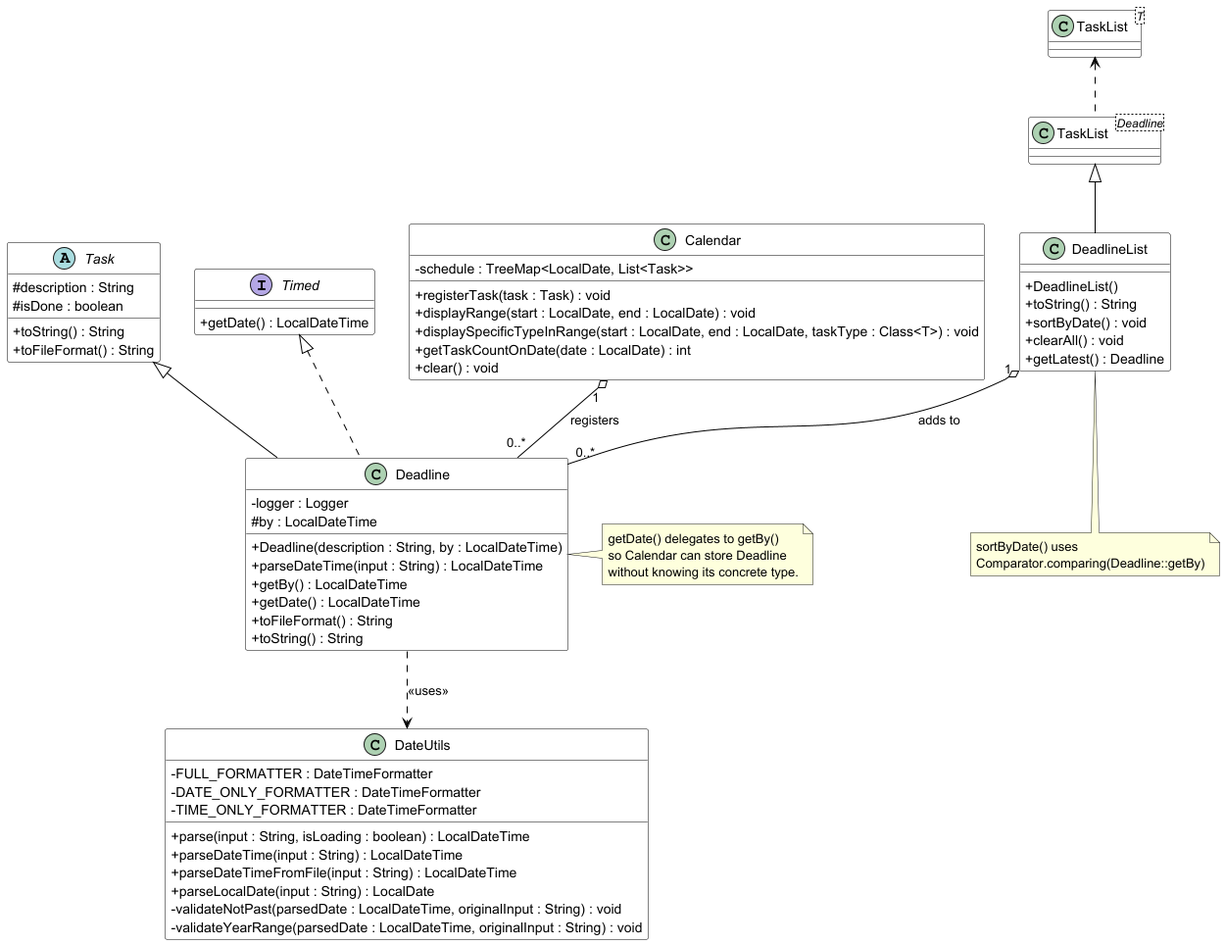
AY2526S2-CS2113-T14-3/tp keeps this PlantUML diagram as docs/pictures/deadlineClassDiagram.png. Above is the earlier version. Source of this version:
```plantuml
@startuml DeadlineClassDiagram

skinparam classAttributeIconSize 0
skinparam class {
    BackgroundColor White
    BorderColor Black
    ArrowColor Black
}

interface Timed {
    + getDate() : LocalDateTime
}

abstract class Task {
    # description : String
    # isDone : boolean
    + toString() : String
    + toFileFormat() : String
}

class Deadline {
    - logger : Logger
    # by : LocalDateTime
    + Deadline(description : String, by : LocalDateTime)
    + parseDateTime(input : String) : LocalDateTime
    + getBy() : LocalDateTime
    + getDate() : LocalDateTime
    + toFileFormat() : String
    + toString() : String
}

class DeadlineList {
    + DeadlineList()
    + toString() : String
    + sortByDate() : void
    + clearAll() : void
    + getLatest() : Deadline
}

class "TaskList<T>" as TaskListT {
}

class "TaskList<Deadline>" as TaskListDeadline {
}


class DateUtils {
    - FULL_FORMATTER : DateTimeFormatter
    - DATE_ONLY_FORMATTER : DateTimeFormatter
    - TIME_ONLY_FORMATTER : DateTimeFormatter
    + parse(input : String, isLoading : boolean) : LocalDateTime
    + parseDateTime(input : String) : LocalDateTime
    + parseDateTimeFromFile(input : String) : LocalDateTime
    + parseLocalDate(input : String) : LocalDate
    - validateNotPast(parsedDate : LocalDateTime, originalInput : String) : void
    - validateYearRange(parsedDate : LocalDateTime, originalInput : String) : void
}

class Calendar {
    - schedule : TreeMap<LocalDate, List<Task>>
    + registerTask(task : Task) : void
    + displayRange(start : LocalDate, end : LocalDate) : void
    + displaySpecificTypeInRange(start : LocalDate, end : LocalDate, taskType : Class<T>) : void
    + getTaskCountOnDate(date : LocalDate) : int
    + clear() : void
}

Task <|-- Deadline
Timed <|.. Deadline
TaskListT <.. TaskListDeadline
TaskListDeadline <|-- DeadlineList
DeadlineList "1" o-- "0..*" Deadline : adds to
Deadline ..> DateUtils : <<uses>>
Calendar "1" o-- "0..*" Deadline : registers

note right of Deadline
  getDate() delegates to getBy()
  so Calendar can store Deadline
  without knowing its concrete type.
end note

note bottom of DeadlineList
  sortByDate() uses
  Comparator.comparing(Deadline::getBy)
end note

@enduml
```
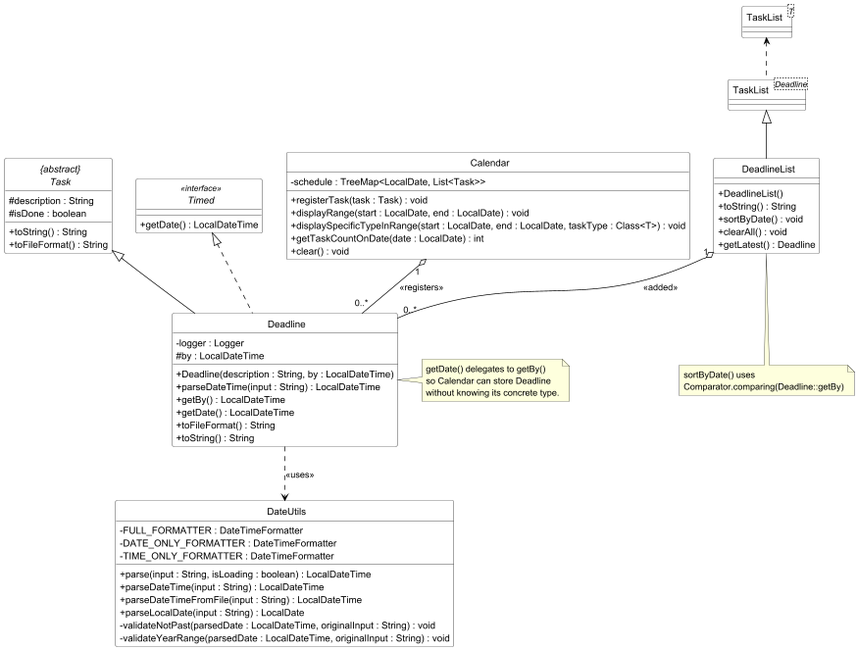
After the change.

Commit message:
Updated deadline class diagram

The edit, as a diff of the source:
```diff
@@ -1,17 +1,18 @@
 @startuml DeadlineClassDiagram
-
 skinparam classAttributeIconSize 0
+skinparam CircledCharacterFontSize 0
+skinparam CircledCharacterRadius 0
 skinparam class {
     BackgroundColor White
     BorderColor Black
     ArrowColor Black
 }
 
-interface Timed {
+interface Timed <<interface>> {
     + getDate() : LocalDateTime
 }
 
-abstract class Task {
+abstract class "{abstract}\nTask" as Task{
     # description : String
     # isDone : boolean
     + toString() : String
@@ -69,9 +70,9 @@
 Timed <|.. Deadline
 TaskListT <.. TaskListDeadline
 TaskListDeadline <|-- DeadlineList
-DeadlineList "1" o-- "0..*" Deadline : adds to
+DeadlineList "1" o-- "0..*" Deadline : <<added>>
 Deadline ..> DateUtils : <<uses>>
-Calendar "1" o-- "0..*" Deadline : registers
+Calendar "1" o-- "0..*" Deadline : <<registers>>
 
 note right of Deadline
   getDate() delegates to getBy()
```
